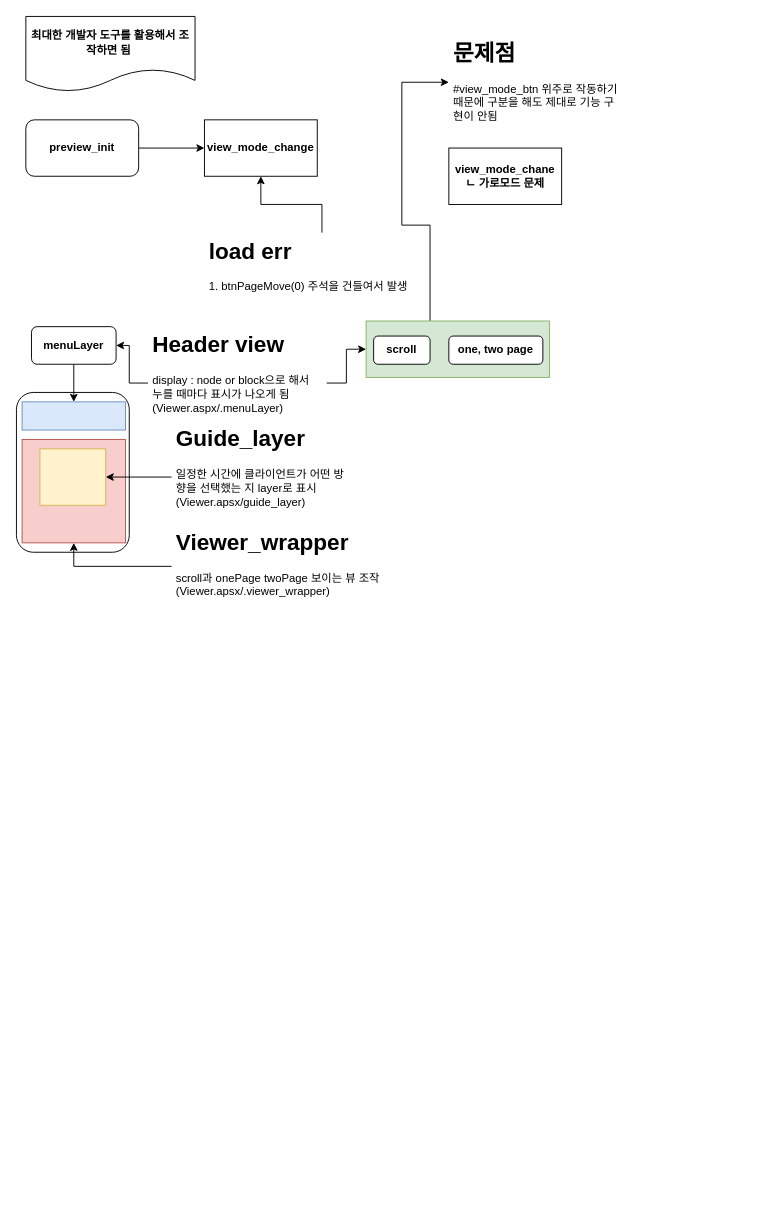
Above: Untitled Diagram.drawio in junhee916/blog_update03 (draw.io), before the change. Source tidied: cells renumbered, new cells numbered last; positions are measured from the earlier drawing's top-left corner, leaving out a move shared by most shapes. Both pictures are drawn from the tidied source at 94%, with x=0, y=0 at pixel (16, 16).
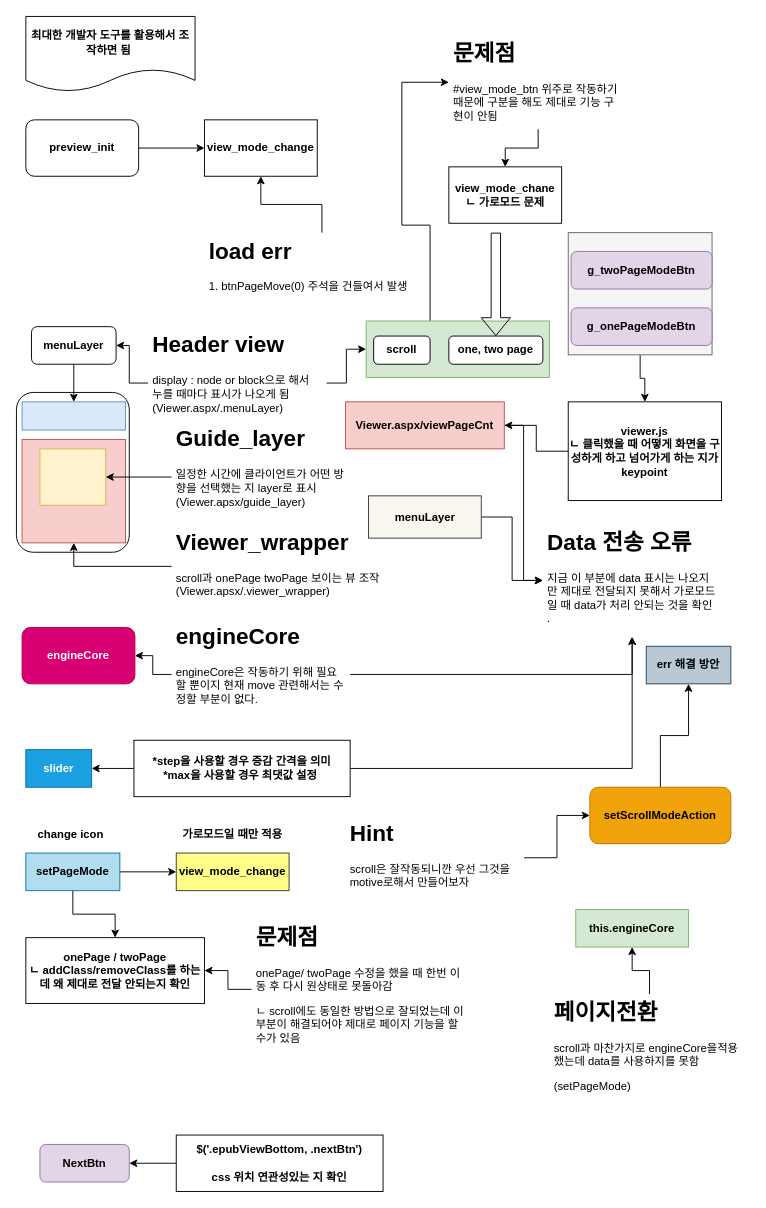
Above is the later version.

Unchanged cells that the change refers to:
```xml
<mxCell id="24" value="&lt;b&gt;one, two page&lt;/b&gt;" style="rounded=1;whiteSpace=wrap;html=1;" parent="1" vertex="1">
  <mxGeometry x="460" y="340" width="100" height="30" as="geometry" />
</mxCell>
<mxCell id="25" value="&lt;h1&gt;문제점&lt;/h1&gt;&lt;p&gt;#view_mode_btn 위주로 작동하기 때문에 구분을 해도 제대로 기능 구현이 안됨&amp;nbsp;&lt;/p&gt;" style="text;html=1;strokeColor=none;fillColor=none;spacing=5;spacingTop=-20;whiteSpace=wrap;overflow=hidden;rounded=0;" parent="1" vertex="1">
  <mxGeometry x="460" y="20" width="190" height="100" as="geometry" />
</mxCell>
```

The edit, as a diff of the source:
```diff
@@
+    <mxCell id="27" style="edgeStyle=orthogonalEdgeStyle;rounded=0;jettySize=auto;html=1;entryX=0.5;entryY=0;entryDx=0;entryDy=0;" parent="1" edge="1" source="28" target="34">
+      <mxGeometry relative="1" as="geometry" />
+    </mxCell>
+    <mxCell id="28" style="rounded=0;whiteSpace=wrap;html=1;fillColor=#f5f5f5;strokeColor=#666666;fontColor=#333333;" parent="1" vertex="1">
+      <mxGeometry x="587" y="230" width="153" height="130" as="geometry" />
+    </mxCell>
@@
+    <mxCell id="29" style="edgeStyle=orthogonalEdgeStyle;rounded=0;jettySize=auto;html=1;entryX=0.5;entryY=0;entryDx=0;entryDy=0;" parent="1" edge="1" source="25" target="26">
+      <mxGeometry relative="1" as="geometry" />
+    </mxCell>
@@
     <mxCell id="26" value="&lt;b&gt;view_mode_chane&lt;br&gt;ㄴ 가로모드 문제&lt;/b&gt;" style="rounded=0;whiteSpace=wrap;html=1;" parent="1" vertex="1">
-      <mxGeometry x="460" y="140" width="120" height="60" as="geometry" />
+      <mxGeometry x="460" y="160" width="120" height="60" as="geometry" />
     </mxCell>
+    <mxCell id="30" style="shape=flexArrow;endArrow=classic;html=1;entryX=0.5;entryY=0;entryDx=0;entryDy=0;" parent="1" edge="1" target="24">
+      <mxGeometry relative="1" as="geometry">
+        <mxPoint x="510" y="230" as="sourcePoint" />
+      </mxGeometry>
+    </mxCell>
+    <mxCell id="31" value="&lt;b&gt;g_twoPageModeBtn&lt;/b&gt;" style="rounded=1;whiteSpace=wrap;html=1;fillColor=#e1d5e7;strokeColor=#9673a6;" parent="1" vertex="1">
+      <mxGeometry x="590" y="250" width="150" height="40" as="geometry" />
+    </mxCell>
+    <mxCell id="32" value="&lt;b&gt;g_onePageModeBtn&lt;/b&gt;" style="rounded=1;whiteSpace=wrap;html=1;fillColor=#e1d5e7;strokeColor=#9673a6;" parent="1" vertex="1">
+      <mxGeometry x="590" y="310" width="150" height="40" as="geometry" />
+    </mxCell>
+    <mxCell id="33" style="edgeStyle=orthogonalEdgeStyle;rounded=0;jettySize=auto;html=1;entryX=1;entryY=0.5;entryDx=0;entryDy=0;" parent="1" edge="1" source="34" target="36">
+      <mxGeometry relative="1" as="geometry" />
+    </mxCell>
+    <mxCell id="34" value="&lt;b&gt;viewer.js&lt;br&gt;ㄴ 클릭했을 때 어떻게 화면을 구성하게 하고 넘어가게 하는 지가 keypoint&lt;br&gt;&lt;/b&gt;" style="rounded=0;whiteSpace=wrap;html=1;" parent="1" vertex="1">
+      <mxGeometry x="587" y="410" width="163" height="105" as="geometry" />
+    </mxCell>
+    <mxCell id="35" style="edgeStyle=orthogonalEdgeStyle;rounded=0;jettySize=auto;html=1;entryX=0;entryY=0.5;entryDx=0;entryDy=0;" parent="1" edge="1" source="36" target="39">
+      <mxGeometry relative="1" as="geometry" />
+    </mxCell>
+    <mxCell id="36" value="&lt;b&gt;Viewer.aspx/viewPageCnt&lt;/b&gt;" style="rounded=0;whiteSpace=wrap;html=1;fillColor=#f8cecc;strokeColor=#b85450;" parent="1" vertex="1">
+      <mxGeometry x="350" y="410" width="169" height="50" as="geometry" />
+    </mxCell>
+    <mxCell id="37" style="edgeStyle=orthogonalEdgeStyle;rounded=0;jettySize=auto;html=1;entryX=0;entryY=0.5;entryDx=0;entryDy=0;" parent="1" edge="1" source="38" target="39">
+      <mxGeometry relative="1" as="geometry" />
+    </mxCell>
+    <mxCell id="38" value="&lt;b&gt;menuLayer&lt;/b&gt;" style="rounded=0;whiteSpace=wrap;html=1;fillColor=#f9f7ed;strokeColor=#36393d;" parent="1" vertex="1">
+      <mxGeometry x="374.5" y="510" width="120" height="45" as="geometry" />
+    </mxCell>
+    <mxCell id="39" value="&lt;h1&gt;Data 전송 오류&lt;/h1&gt;&lt;p&gt;지금 이 부분에 data 표시는 나오지만 제대로 전달되지 못해서 가로모드일 때 data가 처리 안되는 것을 확인 .&lt;/p&gt;" style="text;html=1;strokeColor=none;fillColor=none;spacing=5;spacingTop=-20;whiteSpace=wrap;overflow=hidden;rounded=0;" parent="1" vertex="1">
+      <mxGeometry x="560" y="540" width="190" height="120" as="geometry" />
+    </mxCell>
+    <mxCell id="40" value="&lt;b&gt;engineCore&lt;/b&gt;" style="rounded=1;whiteSpace=wrap;html=1;fillColor=#d80073;strokeColor=#A50040;fontColor=#ffffff;" parent="1" vertex="1">
+      <mxGeometry x="6" y="650" width="120" height="60" as="geometry" />
+    </mxCell>
+    <mxCell id="41" style="edgeStyle=orthogonalEdgeStyle;rounded=0;jettySize=auto;html=1;entryX=1;entryY=0.5;entryDx=0;entryDy=0;" parent="1" edge="1" source="43" target="40">
+      <mxGeometry relative="1" as="geometry" />
+    </mxCell>
+    <mxCell id="42" style="edgeStyle=orthogonalEdgeStyle;rounded=0;jettySize=auto;html=1;entryX=0.5;entryY=1;entryDx=0;entryDy=0;" parent="1" edge="1" source="43" target="39">
+      <mxGeometry relative="1" as="geometry" />
+    </mxCell>
+    <mxCell id="43" value="&lt;h1&gt;engineCore&lt;/h1&gt;&lt;div&gt;engineCore은 작동하기 위해 필요할 뿐이지 현재 move 관련해서는 수정할 부분이 없다.&amp;nbsp;&lt;/div&gt;" style="text;html=1;strokeColor=none;fillColor=none;spacing=5;spacingTop=-20;whiteSpace=wrap;overflow=hidden;rounded=0;" parent="1" vertex="1">
+      <mxGeometry x="165" y="640" width="190" height="120" as="geometry" />
+    </mxCell>
+    <mxCell id="44" value="&lt;b&gt;slider&lt;/b&gt;" style="rounded=0;whiteSpace=wrap;html=1;fillColor=#1ba1e2;strokeColor=#006EAF;fontColor=#ffffff;" parent="1" vertex="1">
+      <mxGeometry x="10" y="780" width="70" height="40" as="geometry" />
+    </mxCell>
+    <mxCell id="45" style="edgeStyle=orthogonalEdgeStyle;rounded=0;jettySize=auto;html=1;" parent="1" edge="1" source="47" target="44">
+      <mxGeometry relative="1" as="geometry" />
+    </mxCell>
+    <mxCell id="46" style="edgeStyle=orthogonalEdgeStyle;rounded=0;jettySize=auto;html=1;entryX=0.5;entryY=1;entryDx=0;entryDy=0;" parent="1" edge="1" source="47" target="39">
+      <mxGeometry relative="1" as="geometry" />
+    </mxCell>
+    <mxCell id="47" value="&lt;b&gt;*step을 사용할 경우 증감 간격을 의미&lt;br&gt;*max을 사용할 경우&amp;nbsp;최댓값 설정&amp;nbsp;&lt;/b&gt;" style="rounded=0;whiteSpace=wrap;html=1;" parent="1" vertex="1">
+      <mxGeometry x="125" y="770" width="230" height="60" as="geometry" />
+    </mxCell>
+    <mxCell id="48" value="&lt;b&gt;err 해결 방안&lt;/b&gt;" style="rounded=0;whiteSpace=wrap;html=1;fillColor=#bac8d3;strokeColor=#23445d;" parent="1" vertex="1">
+      <mxGeometry x="670" y="670" width="90" height="40" as="geometry" />
+    </mxCell>
+    <mxCell id="49" style="edgeStyle=orthogonalEdgeStyle;rounded=0;jettySize=auto;html=1;entryX=0.5;entryY=1;entryDx=0;entryDy=0;" parent="1" edge="1" source="50" target="48">
+      <mxGeometry relative="1" as="geometry" />
+    </mxCell>
+    <mxCell id="50" value="&lt;b&gt;setScrollModeAction&lt;/b&gt;" style="rounded=1;whiteSpace=wrap;html=1;fillColor=#f0a30a;strokeColor=#BD7000;fontColor=#000000;" parent="1" vertex="1">
+      <mxGeometry x="610" y="820" width="150" height="60" as="geometry" />
+    </mxCell>
+    <mxCell id="51" style="edgeStyle=orthogonalEdgeStyle;rounded=0;jettySize=auto;html=1;entryX=0;entryY=0.5;entryDx=0;entryDy=0;" parent="1" edge="1" source="52" target="50">
+      <mxGeometry relative="1" as="geometry" />
+    </mxCell>
+    <mxCell id="52" value="&lt;h1&gt;Hint&lt;/h1&gt;&lt;div&gt;scroll은 잘작동되니깐 우선 그것을 motive로해서 만들어보자&amp;nbsp;&lt;/div&gt;" style="text;html=1;strokeColor=none;fillColor=none;spacing=5;spacingTop=-20;whiteSpace=wrap;overflow=hidden;rounded=0;" parent="1" vertex="1">
+      <mxGeometry x="350" y="850" width="190" height="90" as="geometry" />
+    </mxCell>
+    <mxCell id="53" style="edgeStyle=orthogonalEdgeStyle;rounded=0;jettySize=auto;html=1;entryX=0.5;entryY=0;entryDx=0;entryDy=0;" parent="1" edge="1" source="55" target="56">
+      <mxGeometry relative="1" as="geometry" />
+    </mxCell>
+    <mxCell id="54" style="edgeStyle=orthogonalEdgeStyle;rounded=0;jettySize=auto;html=1;entryX=0;entryY=0.5;entryDx=0;entryDy=0;" parent="1" edge="1" source="55" target="60">
+      <mxGeometry relative="1" as="geometry" />
+    </mxCell>
+    <mxCell id="55" value="&lt;b&gt;setPageMode&lt;/b&gt;" style="rounded=0;whiteSpace=wrap;html=1;fillColor=#b1ddf0;strokeColor=#10739e;" parent="1" vertex="1">
+      <mxGeometry x="10" y="890" width="100" height="40" as="geometry" />
+    </mxCell>
+    <mxCell id="56" value="&lt;b&gt;onePage / twoPage&lt;br&gt;ㄴ addClass/removeClass를 하는데 왜 제대로 전달 안되는지 확인&lt;/b&gt;" style="rounded=0;whiteSpace=wrap;html=1;" parent="1" vertex="1">
+      <mxGeometry x="10" y="980" width="190" height="70" as="geometry" />
+    </mxCell>
+    <mxCell id="57" style="edgeStyle=orthogonalEdgeStyle;rounded=0;jettySize=auto;html=1;entryX=1;entryY=0.5;entryDx=0;entryDy=0;" parent="1" edge="1" source="58" target="56">
+      <mxGeometry relative="1" as="geometry" />
+    </mxCell>
+    <mxCell id="58" value="&lt;h1&gt;문제점&lt;/h1&gt;&lt;p&gt;onePage/ twoPage 수정을 했을 때 한번 이동 후 다시 원상태로 못돌아감&amp;nbsp;&lt;/p&gt;&lt;p&gt;ㄴ scroll에도 동일한 방법으로 잘되었는데 이 부분이 해결되어야 제대로 페이지 기능을 할 수가 있음&lt;/p&gt;" style="text;html=1;strokeColor=none;fillColor=none;spacing=5;spacingTop=-20;whiteSpace=wrap;overflow=hidden;rounded=0;" parent="1" vertex="1">
+      <mxGeometry x="250" y="960" width="230" height="150" as="geometry" />
+    </mxCell>
+    <mxCell id="59" value="&lt;b&gt;change icon&lt;/b&gt;" style="text;html=1;strokeColor=none;fillColor=none;align=center;verticalAlign=middle;whiteSpace=wrap;rounded=0;" parent="1" vertex="1">
+      <mxGeometry x="16" y="860" width="84" height="20" as="geometry" />
+    </mxCell>
+    <mxCell id="60" value="&lt;b&gt;view_mode_change&lt;/b&gt;" style="rounded=0;whiteSpace=wrap;html=1;fillColor=#ffff88;strokeColor=#36393d;" parent="1" vertex="1">
+      <mxGeometry x="170" y="890" width="120" height="40" as="geometry" />
+    </mxCell>
+    <mxCell id="61" value="&lt;b&gt;가로모드일 때만 적용&lt;/b&gt;" style="text;html=1;strokeColor=none;fillColor=none;align=left;verticalAlign=middle;whiteSpace=wrap;rounded=0;" parent="1" vertex="1">
+      <mxGeometry x="175" y="860" width="120" height="20" as="geometry" />
+    </mxCell>
+    <mxCell id="62" value="&lt;b&gt;this.engineCore&lt;/b&gt;" style="rounded=0;whiteSpace=wrap;html=1;fillColor=#d5e8d4;strokeColor=#82b366;" parent="1" vertex="1">
+      <mxGeometry x="595" y="950" width="120" height="40" as="geometry" />
+    </mxCell>
+    <mxCell id="63" style="edgeStyle=orthogonalEdgeStyle;rounded=0;jettySize=auto;html=1;" parent="1" edge="1" source="64" target="62">
+      <mxGeometry relative="1" as="geometry" />
+    </mxCell>
+    <mxCell id="64" value="&lt;h1&gt;페이지전환&lt;/h1&gt;&lt;p&gt;scroll과 마찬가지로 engineCore을적용했는데 data를 사용하지를 못함&amp;nbsp;&lt;/p&gt;&lt;p&gt;(setPageMode)&lt;/p&gt;" style="text;html=1;strokeColor=none;fillColor=none;spacing=5;spacingTop=-20;whiteSpace=wrap;overflow=hidden;rounded=0;" parent="1" vertex="1">
+      <mxGeometry x="567" y="1040" width="213" height="111" as="geometry" />
+    </mxCell>
+    <mxCell id="65" value="&lt;b&gt;NextBtn&lt;/b&gt;" style="rounded=1;whiteSpace=wrap;html=1;fillColor=#e1d5e7;strokeColor=#9673a6;" parent="1" vertex="1">
+      <mxGeometry x="25" y="1200" width="95" height="40" as="geometry" />
+    </mxCell>
+    <mxCell id="66" style="edgeStyle=orthogonalEdgeStyle;rounded=0;jettySize=auto;html=1;entryX=1;entryY=0.5;entryDx=0;entryDy=0;" parent="1" edge="1" source="67" target="65">
+      <mxGeometry relative="1" as="geometry" />
+    </mxCell>
+    <mxCell id="67" value="&lt;b&gt;$('.epubViewBottom, .nextBtn')&lt;br&gt;&lt;br&gt;css 위치 연관성있는 지 확인&lt;br&gt;&lt;/b&gt;" style="rounded=0;whiteSpace=wrap;html=1;" parent="1" vertex="1">
+      <mxGeometry x="170" y="1190" width="220" height="60" as="geometry" />
+    </mxCell>
```
